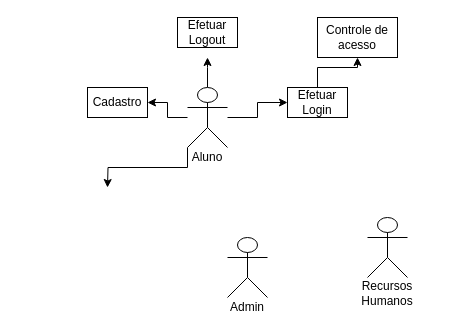
Above: Untitled Diagram.drawio in ermessonlima/react360 (draw.io), before the change. Source tidied: cells renumbered, new cells numbered last; positions are measured from the earlier drawing's top-left corner, leaving out a move shared by most shapes. Both pictures are drawn from the tidied source at 100%, with x=0, y=0 at pixel (87, 17).
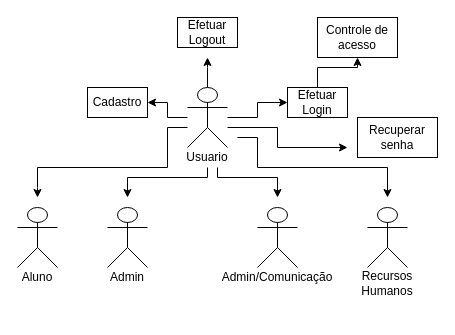
After the change.

Unchanged cells that the change refers to:
```xml
<mxCell id="6" value="Actor" style="shape=umlActor;verticalLabelPosition=bottom;verticalAlign=top;outlineConnect=0;fontStyle=1;html=1;noLabel=1;fontColor=none;" parent="1" vertex="1">
  <mxGeometry x="100" y="70" width="40" height="60" as="geometry" />
</mxCell>
```

Diff of the diagram source:
```diff
@@
-    <mxCell id="5" style="edgeStyle=orthogonalEdgeStyle;rounded=0;jettySize=auto;html=1;exitX=0;exitY=1;exitDx=0;exitDy=0;exitPerimeter=0;fontColor=none;" parent="1" edge="1" source="6">
+    <mxCell id="5" style="edgeStyle=orthogonalEdgeStyle;rounded=0;jettySize=auto;html=1;fontColor=none;" parent="1" edge="1" source="6">
       <mxGeometry relative="1" as="geometry">
-        <mxPoint x="20" y="170" as="targetPoint" />
+        <mxPoint x="-50" y="180" as="targetPoint" />
+        <Array as="points">
+          <mxPoint x="80" y="110" />
+          <mxPoint x="80" y="150" />
+          <mxPoint x="-50" y="150" />
+          <mxPoint x="-50" y="170" />
+        </Array>
       </mxGeometry>
     </mxCell>
+    <mxCell id="17" style="edgeStyle=orthogonalEdgeStyle;rounded=0;jettySize=auto;html=1;fontColor=none;" parent="1" edge="1" source="6">
+      <mxGeometry relative="1" as="geometry">
+        <mxPoint x="260" y="130" as="targetPoint" />
+        <Array as="points">
+          <mxPoint x="190" y="110" />
+          <mxPoint x="190" y="130" />
+        </Array>
+      </mxGeometry>
+    </mxCell>
@@
+    <mxCell id="18" style="edgeStyle=orthogonalEdgeStyle;rounded=0;jettySize=auto;html=1;fontColor=none;" parent="1" edge="1" source="7">
+      <mxGeometry relative="1" as="geometry">
+        <mxPoint x="40" y="180" as="targetPoint" />
+        <Array as="points">
+          <mxPoint x="120" y="160" />
+          <mxPoint x="40" y="160" />
+        </Array>
+      </mxGeometry>
+    </mxCell>
+    <mxCell id="19" style="edgeStyle=orthogonalEdgeStyle;rounded=0;orthogonalLoop=1;jettySize=auto;html=1;fontColor=none;" parent="1" edge="1">
+      <mxGeometry relative="1" as="geometry">
+        <mxPoint x="150" y="120" as="sourcePoint" />
+        <mxPoint x="300" y="180" as="targetPoint" />
+        <Array as="points">
+          <mxPoint x="170" y="120" />
+          <mxPoint x="170" y="150" />
+          <mxPoint x="300" y="150" />
+        </Array>
+      </mxGeometry>
+    </mxCell>
-    <mxCell id="7" value="Aluno" style="text;html=1;strokeColor=none;fillColor=none;align=center;verticalAlign=middle;whiteSpace=wrap;rounded=0;fontColor=none;" parent="1" vertex="1">
+    <mxCell id="7" value="Usuario" style="text;html=1;strokeColor=none;fillColor=none;align=center;verticalAlign=middle;whiteSpace=wrap;rounded=0;fontColor=none;" parent="1" vertex="1">
       <mxGeometry x="100" y="130" width="40" height="20" as="geometry" />
     </mxCell>
     <mxCell id="8" value="Actor" style="shape=umlActor;verticalLabelPosition=bottom;verticalAlign=top;fontStyle=1;html=1;noLabel=1;fontColor=none;" parent="1" vertex="1">
-      <mxGeometry x="140" y="220" width="40" height="60" as="geometry" />
+      <mxGeometry x="20" y="190" width="40" height="60" as="geometry" />
     </mxCell>
     <mxCell id="9" value="Admin" style="text;html=1;strokeColor=none;fillColor=none;align=center;verticalAlign=middle;whiteSpace=wrap;rounded=0;fontColor=none;" parent="1" vertex="1">
-      <mxGeometry x="140" y="280" width="40" height="20" as="geometry" />
+      <mxGeometry x="20" y="250" width="40" height="20" as="geometry" />
     </mxCell>
     <mxCell id="10" value="Actor" style="shape=umlActor;verticalLabelPosition=bottom;verticalAlign=top;fontStyle=1;html=1;noLabel=1;fontColor=none;" parent="1" vertex="1">
-      <mxGeometry x="280" y="200" width="40" height="60" as="geometry" />
+      <mxGeometry x="280" y="190" width="40" height="60" as="geometry" />
     </mxCell>
     <mxCell id="11" value="Recursos&lt;br&gt;Humanos&lt;br&gt;" style="text;html=1;strokeColor=none;fillColor=none;align=center;verticalAlign=middle;whiteSpace=wrap;rounded=0;fontColor=none;" parent="1" vertex="1">
-      <mxGeometry x="280" y="266" width="40" height="20" as="geometry" />
+      <mxGeometry x="280" y="256" width="40" height="20" as="geometry" />
     </mxCell>
@@
+    <mxCell id="20" value="Actor" style="shape=umlActor;verticalLabelPosition=bottom;verticalAlign=top;fontStyle=1;html=1;noLabel=1;fontColor=none;" parent="1" vertex="1">
+      <mxGeometry x="-70" y="190" width="40" height="60" as="geometry" />
+    </mxCell>
+    <mxCell id="21" value="Aluno&lt;br&gt;" style="text;html=1;strokeColor=none;fillColor=none;align=center;verticalAlign=middle;whiteSpace=wrap;rounded=0;fontColor=none;" parent="1" vertex="1">
+      <mxGeometry x="-70" y="250" width="40" height="20" as="geometry" />
+    </mxCell>
+    <mxCell id="22" value="Recuperar senha" style="rounded=0;whiteSpace=wrap;html=1;fontColor=none;" parent="1" vertex="1">
+      <mxGeometry x="270" y="100" width="80" height="40" as="geometry" />
+    </mxCell>
+    <mxCell id="23" value="Actor" style="shape=umlActor;verticalLabelPosition=bottom;verticalAlign=top;fontStyle=1;html=1;noLabel=1;fontColor=none;" parent="1" vertex="1">
+      <mxGeometry x="170" y="190" width="40" height="60" as="geometry" />
+    </mxCell>
+    <mxCell id="24" value="Admin/Comunicação" style="text;html=1;strokeColor=none;fillColor=none;align=center;verticalAlign=middle;whiteSpace=wrap;rounded=0;fontColor=none;" parent="1" vertex="1">
+      <mxGeometry x="170" y="250" width="40" height="20" as="geometry" />
+    </mxCell>
+    <mxCell id="25" style="edgeStyle=orthogonalEdgeStyle;rounded=0;orthogonalLoop=1;jettySize=auto;html=1;fontColor=none;" parent="1" edge="1">
+      <mxGeometry relative="1" as="geometry">
+        <mxPoint x="130" y="150" as="sourcePoint" />
+        <mxPoint x="190" y="180" as="targetPoint" />
+        <Array as="points">
+          <mxPoint x="130" y="160" />
+          <mxPoint x="190" y="160" />
+        </Array>
+      </mxGeometry>
+    </mxCell>
```
